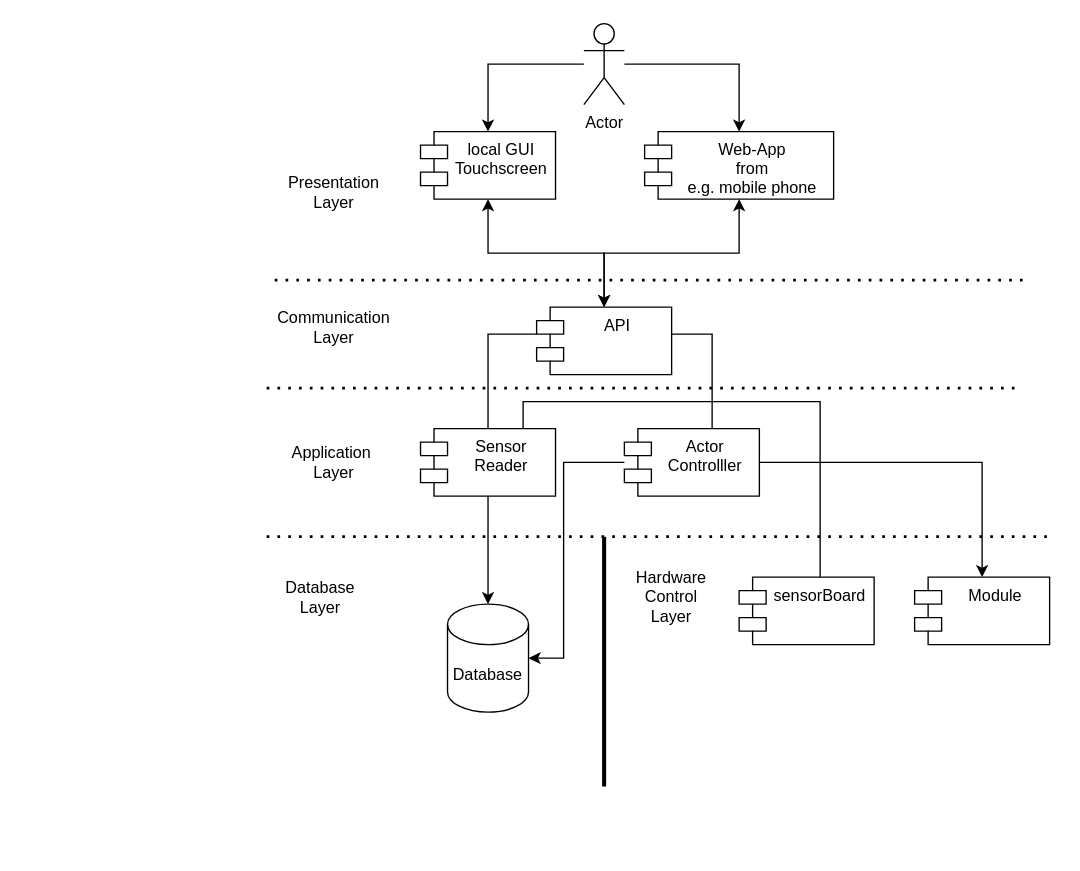
Before: page "Component-Diagram" (1 of 2) of Architecture/Architecture.drawio in Uhgtred/OpenGreenHouse, a draw.io diagram. Source tidied: cells renumbered, new cells numbered last; positions are measured from the earlier drawing's top-left corner, leaving out a move shared by most shapes. Both pictures are drawn from the tidied source at 135%, with x=0, y=0 at pixel (266, 23).
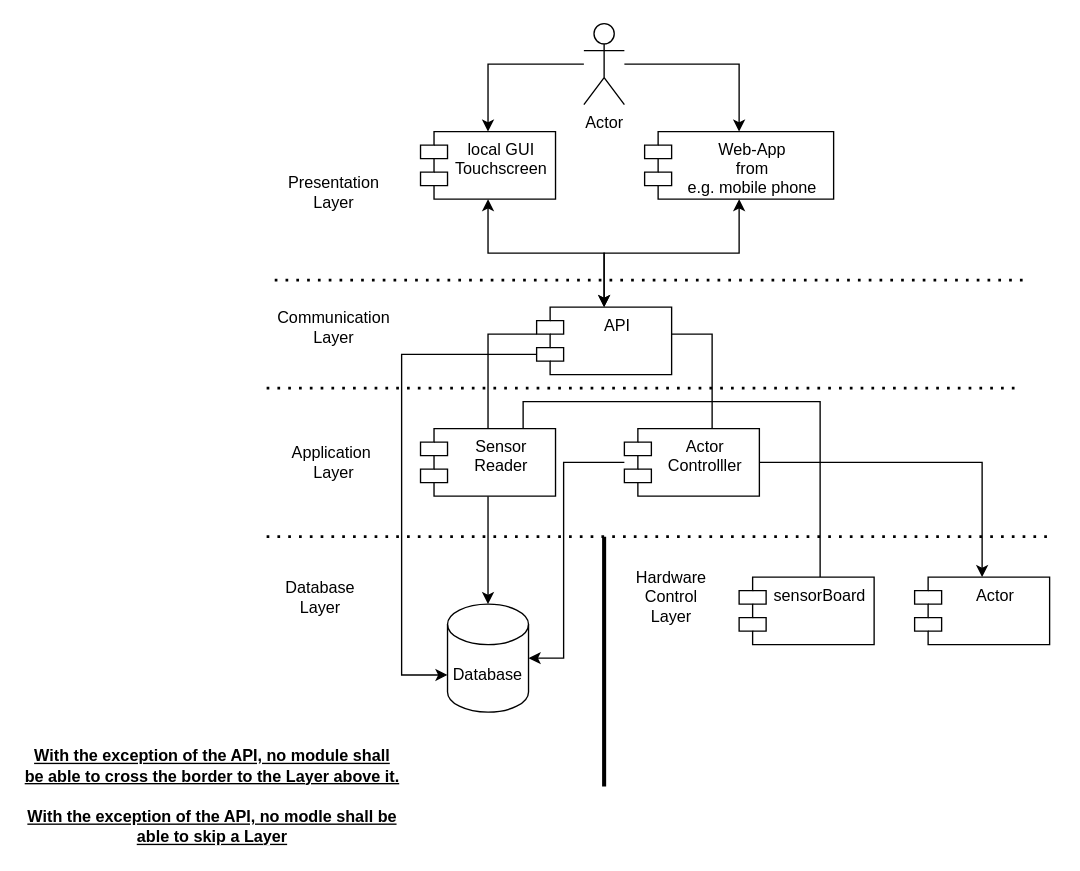
After the change.

Unchanged cells that the change refers to:
```xml
<mxCell id="4" value="API" style="shape=module;align=left;spacingLeft=20;align=center;verticalAlign=top;" parent="1" vertex="1">
  <mxGeometry x="200" y="210" width="100" height="50" as="geometry" />
</mxCell>
<mxCell id="26" value="Database" style="shape=cylinder3;whiteSpace=wrap;html=1;boundedLbl=1;backgroundOutline=1;size=15;" parent="1" vertex="1">
  <mxGeometry x="134" y="430" width="60" height="80" as="geometry" />
</mxCell>
```

Diff of the diagram source:
```diff
@@
-    <mxCell id="29" value="Module" style="shape=module;align=left;spacingLeft=20;align=center;verticalAlign=top;" parent="1" vertex="1">
+    <mxCell id="29" value="Actor" style="shape=module;align=left;spacingLeft=20;align=center;verticalAlign=top;" parent="1" vertex="1">
       <mxGeometry x="480" y="410" width="100" height="50" as="geometry" />
     </mxCell>
+    <mxCell id="30" style="edgeStyle=orthogonalEdgeStyle;rounded=0;jettySize=auto;html=1;entryX=0;entryY=0;entryDx=0;entryDy=52.5;entryPerimeter=0;exitX=0;exitY=0;exitDx=0;exitDy=35;exitPerimeter=0;" parent="1" edge="1" source="4" target="26">
+      <mxGeometry relative="1" as="geometry">
+        <Array as="points">
+          <mxPoint x="100" y="245" />
+          <mxPoint x="100" y="483" />
+        </Array>
+      </mxGeometry>
+    </mxCell>
+    <mxCell id="31" value="With the exception of the API, no module shall be able to cross the border to the Layer above it." style="text;html=1;strokeColor=none;fillColor=none;align=center;verticalAlign=middle;whiteSpace=wrap;rounded=0;fontStyle=5;" parent="1" vertex="1">
+      <mxGeometry x="-180" y="535" width="280" height="30" as="geometry" />
+    </mxCell>
+    <mxCell id="32" value="With the exception of the API, no modle shall be able to skip a Layer" style="text;html=1;strokeColor=none;fillColor=none;align=center;verticalAlign=middle;whiteSpace=wrap;rounded=0;fontStyle=5;" parent="1" vertex="1">
+      <mxGeometry x="-180" y="580" width="280" height="30" as="geometry" />
+    </mxCell>
```
